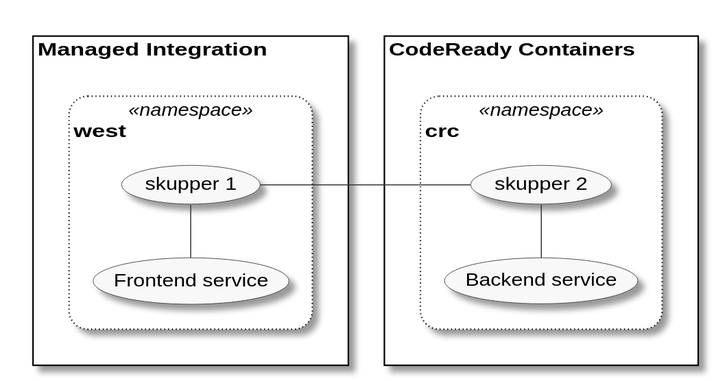
pwright/skupper-solution-pattern keeps this PlantUML diagram as walkthroughs/crc/Overview.svg. Above is the earlier version.
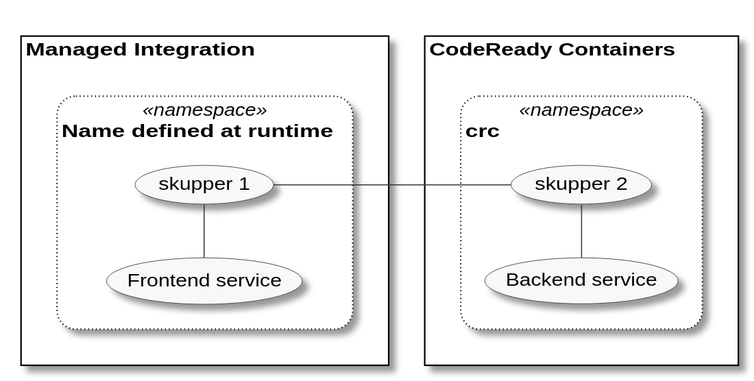
The same file after the commit.

Change to the diagram source:
```diff
@@ -15,7 +15,7 @@
 }
 
 rectangle "Managed Integration" {
-  rectangle "west" <<namespace>>  {
+  rectangle "Name defined at runtime" <<namespace>>  {
 
   (Frontend service)
   (skupper 1)
```
